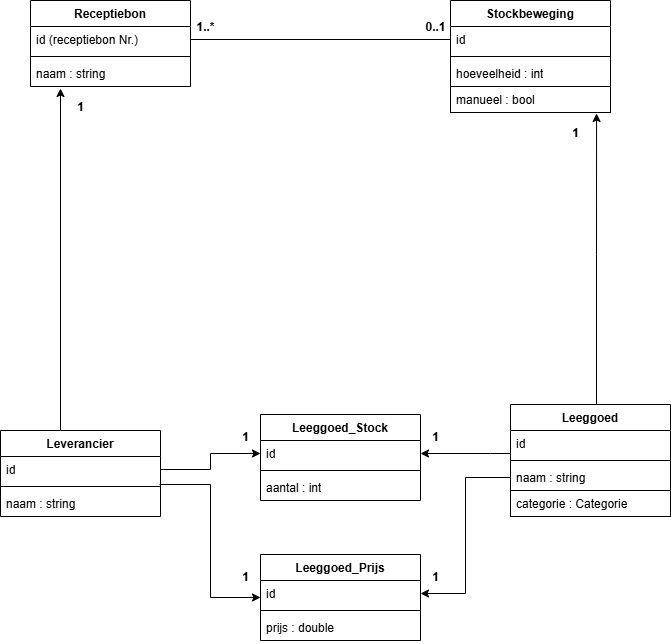
This is bachproef/images/eerd.png from WoutSHOGENT/Bachelorproef, a draw.io export, as it was before one commit. Source tidied: cells renumbered, new cells last; positions are measured from the earlier drawing's top-left corner, leaving out a move shared by most shapes.
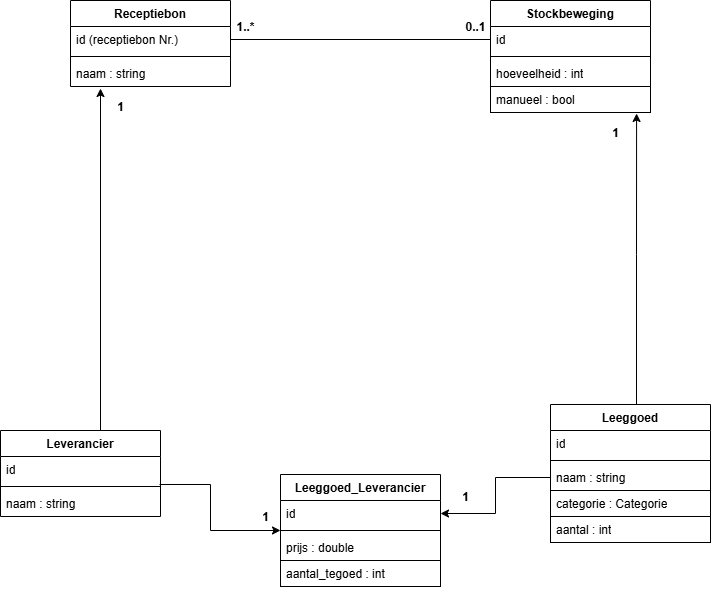
After the change.

What changed in the source:
```diff
@@ -29,16 +29,8 @@
     <mxCell id="10" value="manueel : bool&lt;div&gt;&lt;br&gt;&lt;/div&gt;" style="text;strokeColor=default;fillColor=none;align=left;verticalAlign=top;spacingLeft=4;spacingRight=4;overflow=hidden;points=[[0,0.5],[1,0.5]];portConstraint=eastwest;whiteSpace=wrap;html=1;" parent="6" vertex="1">
       <mxGeometry y="86" width="160" height="26" as="geometry" />
     </mxCell>
-    <mxCell id="11" style="edgeStyle=orthogonalEdgeStyle;rounded=0;jettySize=auto;html=1;entryX=1;entryY=0.5;entryDx=0;entryDy=0;" parent="1" edge="1" source="12" target="29">
-      <mxGeometry relative="1" as="geometry">
-        <Array as="points">
-          <mxPoint x="490" y="453" />
-          <mxPoint x="490" y="453" />
-        </Array>
-      </mxGeometry>
-    </mxCell>
     <mxCell id="12" value="Leeggoed" style="swimlane;fontStyle=1;align=center;verticalAlign=top;horizontal=1;startSize=26;whiteSpace=wrap;html=1;" parent="1" vertex="1">
-      <mxGeometry x="510" y="404" width="160" height="112" as="geometry" />
+      <mxGeometry x="510" y="404" width="160" height="138" as="geometry" />
     </mxCell>
     <mxCell id="13" value="id" style="text;strokeColor=none;fillColor=none;align=left;verticalAlign=top;spacingLeft=4;spacingRight=4;overflow=hidden;whiteSpace=wrap;html=1;" parent="12" vertex="1">
       <mxGeometry y="26" width="160" height="26" as="geometry" />
@@ -52,8 +44,11 @@
     <mxCell id="16" value="categorie : Categorie" style="text;strokeColor=default;fillColor=none;align=left;verticalAlign=top;spacingLeft=4;spacingRight=4;overflow=hidden;whiteSpace=wrap;html=1;" parent="12" vertex="1">
       <mxGeometry y="86" width="160" height="26" as="geometry" />
     </mxCell>
+    <mxCell id="31" value="aantal : int" style="text;strokeColor=default;fillColor=none;align=left;verticalAlign=top;spacingLeft=4;spacingRight=4;overflow=hidden;whiteSpace=wrap;html=1;" parent="12" vertex="1">
+      <mxGeometry y="112" width="160" height="26" as="geometry" />
+    </mxCell>
     <mxCell id="17" value="Leverancier" style="swimlane;fontStyle=1;align=center;verticalAlign=top;horizontal=1;startSize=26;whiteSpace=wrap;html=1;" parent="1" vertex="1">
-      <mxGeometry y="430" width="160" height="86" as="geometry" />
+      <mxGeometry x="-40" y="430" width="160" height="86" as="geometry" />
     </mxCell>
     <mxCell id="18" value="id" style="text;strokeColor=none;fillColor=none;align=left;verticalAlign=top;spacingLeft=4;spacingRight=4;overflow=hidden;points=[[0,0.5],[1,0.5]];portConstraint=eastwest;whiteSpace=wrap;html=1;" parent="17" vertex="1">
       <mxGeometry y="26" width="160" height="26" as="geometry" />
@@ -95,29 +90,8 @@
     <mxCell id="27" value="0..1" style="text;align=center;fontStyle=1;verticalAlign=middle;spacingLeft=3;spacingRight=3;strokeColor=none;html=1;" parent="1" vertex="1">
       <mxGeometry x="420" y="14" width="30" height="26" as="geometry" />
     </mxCell>
-    <mxCell id="28" value="Leeggoed_Stock" style="swimlane;fontStyle=1;align=center;verticalAlign=top;horizontal=1;startSize=26;whiteSpace=wrap;html=1;" parent="1" vertex="1">
-      <mxGeometry x="260" y="414" width="160" height="86" as="geometry" />
-    </mxCell>
-    <mxCell id="29" value="id" style="text;strokeColor=none;fillColor=none;align=left;verticalAlign=top;spacingLeft=4;spacingRight=4;overflow=hidden;points=[[0,0.5],[1,0.5]];portConstraint=eastwest;whiteSpace=wrap;html=1;" parent="28" vertex="1">
-      <mxGeometry y="26" width="160" height="26" as="geometry" />
-    </mxCell>
-    <mxCell id="30" style="line;strokeWidth=1;fillColor=none;align=left;verticalAlign=middle;spacingTop=-1;spacingLeft=3;spacingRight=3;labelPosition=right;strokeColor=inherit;" parent="28" vertex="1">
-      <mxGeometry y="52" width="160" height="8" as="geometry" />
-    </mxCell>
-    <mxCell id="31" value="aantal : int" style="text;strokeColor=none;fillColor=none;align=left;verticalAlign=top;spacingLeft=4;spacingRight=4;overflow=hidden;whiteSpace=wrap;html=1;" parent="28" vertex="1">
-      <mxGeometry y="60" width="160" height="26" as="geometry" />
-    </mxCell>
-    <mxCell id="32" style="edgeStyle=orthogonalEdgeStyle;rounded=0;jettySize=auto;html=1;entryX=0;entryY=0.5;entryDx=0;entryDy=0;" parent="1" edge="1" source="18" target="29">
-      <mxGeometry relative="1" as="geometry" />
-    </mxCell>
-    <mxCell id="33" value="1" style="text;align=center;fontStyle=1;verticalAlign=middle;spacingLeft=3;spacingRight=3;strokeColor=none;html=1;" parent="1" vertex="1">
-      <mxGeometry x="230" y="424" width="30" height="26" as="geometry" />
-    </mxCell>
-    <mxCell id="34" value="1" style="text;align=center;fontStyle=1;verticalAlign=middle;spacingLeft=3;spacingRight=3;strokeColor=none;html=1;" parent="1" vertex="1">
-      <mxGeometry x="420" y="424" width="30" height="26" as="geometry" />
-    </mxCell>
-    <mxCell id="35" value="Leeggoed_Prijs" style="swimlane;fontStyle=1;align=center;verticalAlign=top;horizontal=1;startSize=26;whiteSpace=wrap;html=1;" parent="1" vertex="1">
-      <mxGeometry x="260" y="554" width="160" height="86" as="geometry" />
+    <mxCell id="35" value="Leeggoed_Leverancier" style="swimlane;fontStyle=1;align=center;verticalAlign=top;horizontal=1;startSize=26;whiteSpace=wrap;html=1;" parent="1" vertex="1">
+      <mxGeometry x="240" y="474" width="160" height="112" as="geometry" />
     </mxCell>
     <mxCell id="36" value="id" style="text;strokeColor=none;fillColor=none;align=left;verticalAlign=top;spacingLeft=4;spacingRight=4;overflow=hidden;points=[[0,0.5],[1,0.5]];portConstraint=eastwest;whiteSpace=wrap;html=1;" parent="35" vertex="1">
       <mxGeometry y="26" width="160" height="26" as="geometry" />
@@ -125,14 +99,17 @@
     <mxCell id="37" style="line;strokeWidth=1;fillColor=none;align=left;verticalAlign=middle;spacingTop=-1;spacingLeft=3;spacingRight=3;labelPosition=right;strokeColor=inherit;" parent="35" vertex="1">
       <mxGeometry y="52" width="160" height="8" as="geometry" />
     </mxCell>
+    <mxCell id="43" value="prijs : double" style="text;strokeColor=none;fillColor=none;align=left;verticalAlign=top;spacingLeft=4;spacingRight=4;overflow=hidden;whiteSpace=wrap;html=1;" parent="35" vertex="1">
+      <mxGeometry y="60" width="160" height="26" as="geometry" />
+    </mxCell>
-    <mxCell id="38" value="prijs : double" style="text;strokeColor=none;fillColor=none;align=left;verticalAlign=top;spacingLeft=4;spacingRight=4;overflow=hidden;whiteSpace=wrap;html=1;" parent="35" vertex="1">
-      <mxGeometry y="60" width="160" height="26" as="geometry" />
+    <mxCell id="38" value="aantal_tegoed : int" style="text;strokeColor=default;fillColor=none;align=left;verticalAlign=top;spacingLeft=4;spacingRight=4;overflow=hidden;whiteSpace=wrap;html=1;" parent="35" vertex="1">
+      <mxGeometry y="86" width="160" height="26" as="geometry" />
     </mxCell>
     <mxCell id="39" style="edgeStyle=orthogonalEdgeStyle;rounded=0;jettySize=auto;html=1;entryX=0;entryY=0.5;entryDx=0;entryDy=0;exitX=0.994;exitY=1.077;exitDx=0;exitDy=0;exitPerimeter=0;" parent="1" edge="1" source="18" target="35">
       <mxGeometry relative="1" as="geometry">
         <Array as="points">
-          <mxPoint x="210" y="484" />
-          <mxPoint x="210" y="597" />
+          <mxPoint x="170" y="484" />
+          <mxPoint x="170" y="530" />
         </Array>
       </mxGeometry>
     </mxCell>
@@ -140,10 +117,10 @@
       <mxGeometry relative="1" as="geometry" />
     </mxCell>
     <mxCell id="41" value="1" style="text;align=center;fontStyle=1;verticalAlign=middle;spacingLeft=3;spacingRight=3;strokeColor=none;html=1;" parent="1" vertex="1">
-      <mxGeometry x="230" y="564" width="30" height="26" as="geometry" />
+      <mxGeometry x="210" y="504" width="30" height="26" as="geometry" />
     </mxCell>
     <mxCell id="42" value="1" style="text;align=center;fontStyle=1;verticalAlign=middle;spacingLeft=3;spacingRight=3;strokeColor=none;html=1;" parent="1" vertex="1">
-      <mxGeometry x="420" y="564" width="30" height="26" as="geometry" />
+      <mxGeometry x="410" y="484" width="30" height="26" as="geometry" />
     </mxCell>
   </root>
 </mxGraphModel>
```
